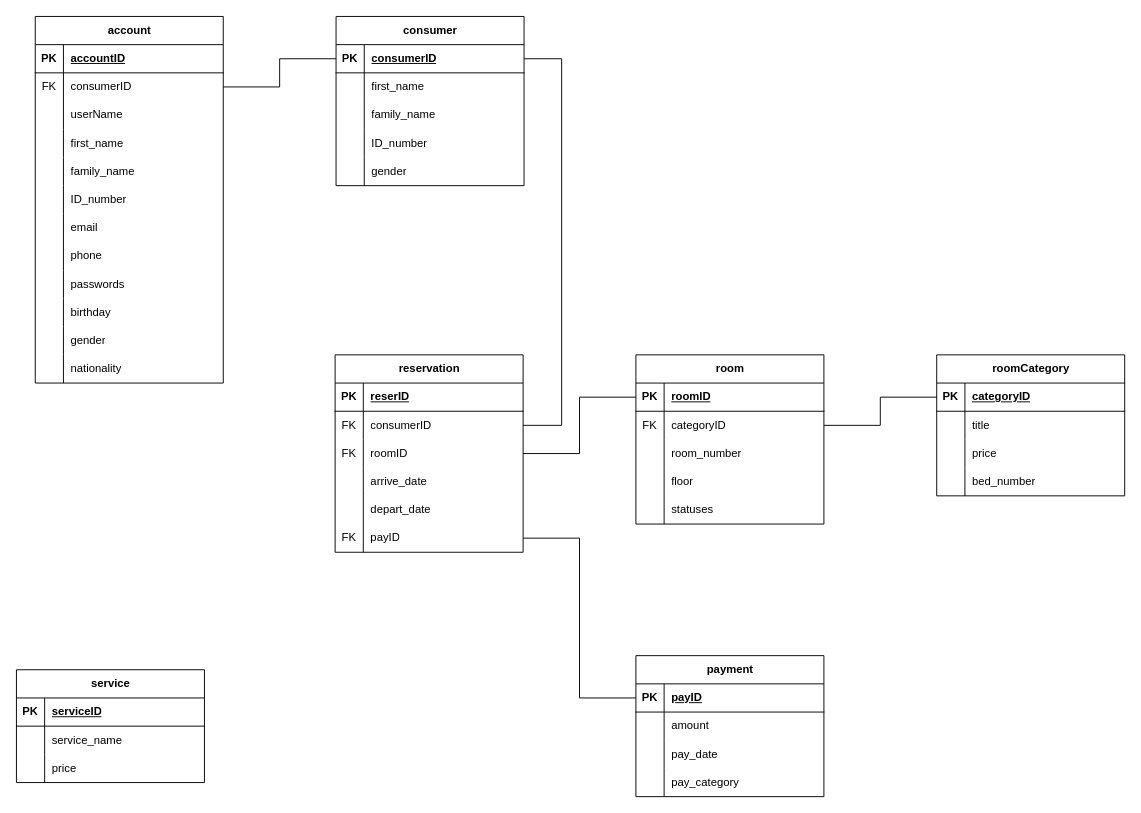
The draw.io diagram database/system.drawio in infinityMark/stay_sync_hotel, before the edit. Source tidied: cells renumbered, new cells numbered last; positions are measured from the earlier drawing's top-left corner, leaving out a move shared by most shapes. Both pictures are drawn from the tidied source at 94%, with x=0, y=0 at pixel (16, 16).
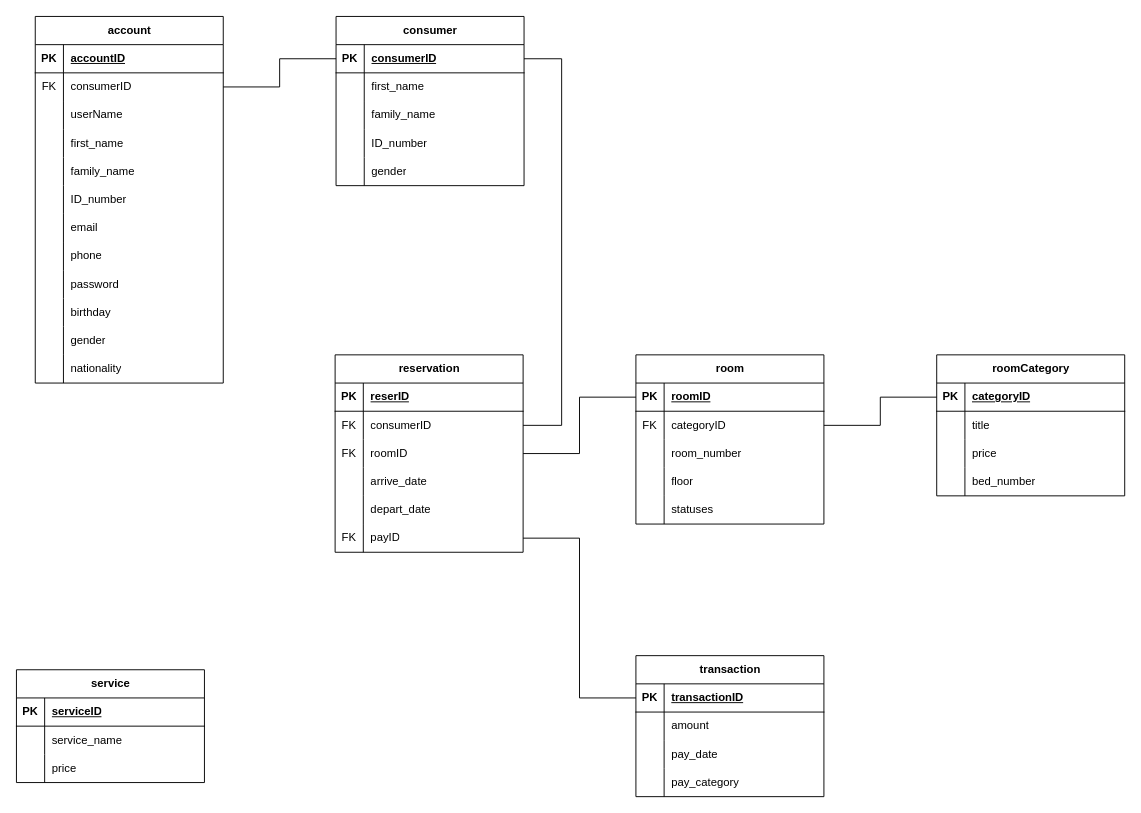
The same diagram, later.

Commit message (it also covers changes not shown here):
# Database SQL file complete

The change refers to these unchanged cells:
```xml
<mxCell id="27" style="shape=tableRow;horizontal=0;startSize=0;swimlaneHead=0;swimlaneBody=0;fillColor=none;top=0;left=0;right=0;bottom=0;" parent="2" vertex="1">
  <mxGeometry y="270" width="200" height="30" as="geometry" />
</mxCell>
<mxCell id="106" style="shape=tableRow;horizontal=0;startSize=0;swimlaneHead=0;swimlaneBody=0;fillColor=none;points=[[0,0.5],[1,0.5]];portConstraint=eastwest;top=0;left=0;right=0;bottom=1;" parent="105" vertex="1">
  <mxGeometry y="30" width="200" height="30" as="geometry" />
</mxCell>
```

The edit, as a diff of the source:
```diff
@@
-    <mxCell id="29" value="passwords" style="shape=partialRectangle;fillColor=none;top=0;left=0;bottom=0;right=0;align=left;spacingLeft=6;overflow=hidden;whiteSpace=wrap;html=1;" parent="27" vertex="1">
+    <mxCell id="29" value="password" style="shape=partialRectangle;fillColor=none;top=0;left=0;bottom=0;right=0;align=left;spacingLeft=6;overflow=hidden;whiteSpace=wrap;html=1;" parent="27" vertex="1">
       <mxGeometry x="30" width="170" height="30" as="geometry" />
     </mxCell>
@@
-    <mxCell id="105" value="payment" style="shape=table;startSize=30;childLayout=tableLayout;rowLines=0;fontStyle=1;align=center;html=1;" parent="1" vertex="1">
+    <mxCell id="105" value="transaction" style="shape=table;startSize=30;childLayout=tableLayout;rowLines=0;fontStyle=1;align=center;html=1;" parent="1" vertex="1">
       <mxGeometry x="659" y="680" width="200" height="150" as="geometry" />
     </mxCell>
@@
-    <mxCell id="108" value="payID" style="shape=partialRectangle;fillColor=none;top=0;left=0;bottom=0;right=0;align=left;spacingLeft=6;fontStyle=5;overflow=hidden;whiteSpace=wrap;html=1;" parent="106" vertex="1">
+    <mxCell id="108" value="transactionID" style="shape=partialRectangle;fillColor=none;top=0;left=0;bottom=0;right=0;align=left;spacingLeft=6;fontStyle=5;overflow=hidden;whiteSpace=wrap;html=1;" parent="106" vertex="1">
       <mxGeometry x="30" width="170" height="30" as="geometry" />
     </mxCell>
```
